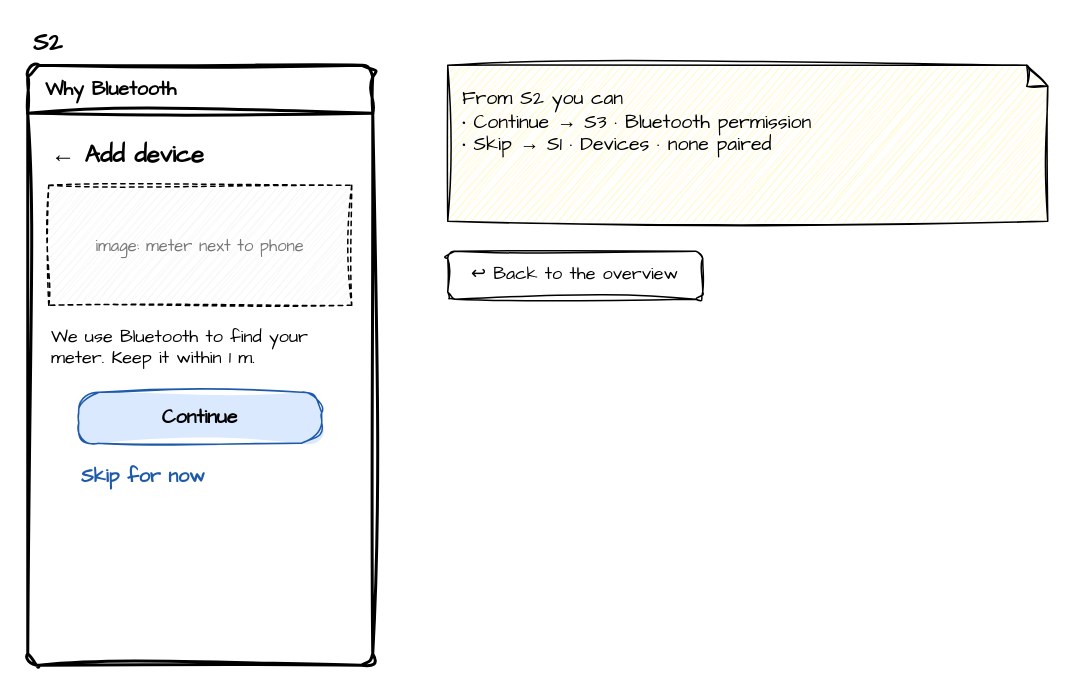
Earlier version of the draw.io diagram page "S2 Add device — Why Bluetooth" (3 of 15) of docs/examples/pair-a-meter/click-through.drawio (AnilDeshpande/codetutor-mobile-prototyper). Source tidied: cells renumbered, new cells numbered last; positions are measured from the earlier drawing's top-left corner, leaving out a move shared by most shapes. Both pictures are drawn from the tidied source at 150%, with x=0, y=0 at pixel (27, 26).
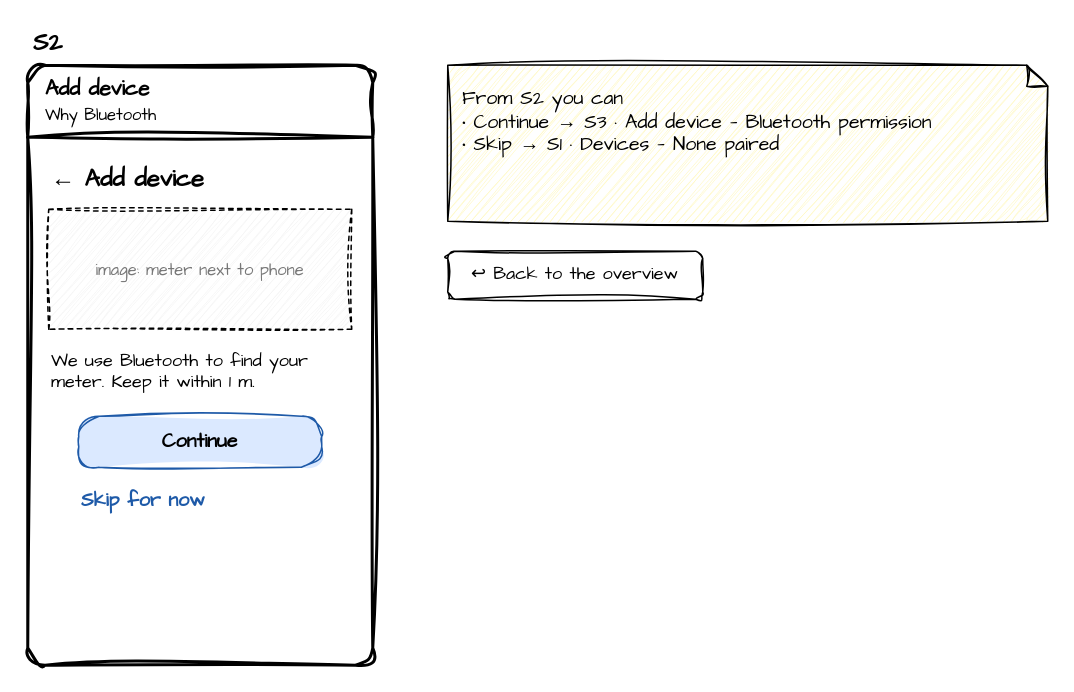
Above is the later version.

What changed in the source:
```diff
@@
 <mxGraphModel>
   <root>
     <mxCell id="0" />
     <mxCell id="1" parent="0" />
-    <mxCell id="2" value="Why Bluetooth" style="sketch=1;curveFitting=1;jiggle=2;hachureGap=4;fontFamily=Architects Daughter;html=1;whiteSpace=wrap;swimlane;startSize=32;rounded=1;arcSize=8;strokeWidth=2;align=left;spacingLeft=10;fontSize=13;fontStyle=1;fillColor=#ffffff;swimlaneFillColor=#ffffff;" parent="1" vertex="1">
+    <mxCell id="2" value="&lt;b&gt;Add device&lt;/b&gt;&lt;br&gt;&lt;span style=&quot;font-size:11px&quot;&gt;Why Bluetooth&lt;/span&gt;" style="sketch=1;curveFitting=1;jiggle=2;hachureGap=4;fontFamily=Architects Daughter;html=1;whiteSpace=wrap;swimlane;startSize=48;rounded=1;arcSize=8;strokeWidth=2;align=left;spacingLeft=10;fontSize=14;fontStyle=0;fillColor=#ffffff;swimlaneFillColor=#ffffff;" parent="1" vertex="1">
       <mxGeometry y="26" width="230" height="400" as="geometry" />
     </mxCell>
     <mxCell id="3" value="&lt;b&gt;S2&lt;/b&gt;" style="sketch=1;curveFitting=1;jiggle=2;hachureGap=4;fontFamily=Architects Daughter;html=1;whiteSpace=wrap;text;align=left;verticalAlign=middle;fontSize=16;strokeColor=none;fillColor=none;" parent="2" vertex="1">
       <mxGeometry x="2" y="-26" width="50" height="22" as="geometry" />
     </mxCell>
     <mxCell id="4" value="←  Add device" style="sketch=1;curveFitting=1;jiggle=2;hachureGap=4;fontFamily=Architects Daughter;html=1;whiteSpace=wrap;text;strokeColor=none;fillColor=none;align=left;fontSize=16;fontStyle=1;" parent="2" vertex="1">
-      <mxGeometry x="14" y="44" width="202" height="28" as="geometry" />
+      <mxGeometry x="14" y="60" width="202" height="28" as="geometry" />
     </mxCell>
     <mxCell id="5" value="image: meter next to phone" style="sketch=1;curveFitting=1;jiggle=2;hachureGap=4;fontFamily=Architects Daughter;html=1;whiteSpace=wrap;shape=mxgraph.basic.rect;rounded=0;fontSize=11;fontColor=#777777;fillColor=#f5f5f5;dashed=1;" parent="2" vertex="1">
-      <mxGeometry x="14" y="80" width="202" height="80" as="geometry" />
+      <mxGeometry x="14" y="96" width="202" height="80" as="geometry" />
     </mxCell>
     <mxCell id="6" value="We use Bluetooth to find your meter. Keep it within 1 m." style="sketch=1;curveFitting=1;jiggle=2;hachureGap=4;fontFamily=Architects Daughter;html=1;whiteSpace=wrap;text;strokeColor=none;fillColor=none;align=left;fontSize=12;" parent="2" vertex="1">
-      <mxGeometry x="14" y="168" width="202" height="42" as="geometry" />
+      <mxGeometry x="14" y="184" width="202" height="42" as="geometry" />
     </mxCell>
     <mxCell id="7" value="Continue" style="sketch=1;curveFitting=1;jiggle=2;hachureGap=4;fontFamily=Architects Daughter;html=1;whiteSpace=wrap;rounded=1;arcSize=40;fontSize=13;fontStyle=1;fillColor=#dbe9ff;fillStyle=solid;strokeColor=#1e5aa8;" parent="2" vertex="1">
-      <mxGeometry x="34" y="218" width="162" height="34" as="geometry" />
+      <mxGeometry x="34" y="234" width="162" height="34" as="geometry" />
     </mxCell>
     <mxCell id="8" value="Skip for now" style="sketch=1;curveFitting=1;jiggle=2;hachureGap=4;fontFamily=Architects Daughter;html=1;whiteSpace=wrap;text;strokeColor=none;fillColor=none;fontSize=13;fontStyle=1;fontColor=#1e5aa8;" parent="2" vertex="1">
-      <mxGeometry x="34" y="260" width="162" height="34" as="geometry" />
+      <mxGeometry x="34" y="276" width="162" height="34" as="geometry" />
     </mxCell>
-    <mxCell id="9" value="From S2 you can&lt;br&gt;• Continue  →  S3 · Bluetooth permission&lt;br&gt;• Skip  →  S1 · Devices · none paired" style="sketch=1;curveFitting=1;jiggle=2;hachureGap=4;fontFamily=Architects Daughter;html=1;whiteSpace=wrap;shape=note;size=14;align=left;verticalAlign=top;spacing=10;fontSize=13;fillColor=#fff8c4;" parent="1" vertex="1">
+    <mxCell id="9" value="From S2 you can&lt;br&gt;• Continue  →  S3 · Add device — Bluetooth permission&lt;br&gt;• Skip  →  S1 · Devices — None paired" style="sketch=1;curveFitting=1;jiggle=2;hachureGap=4;fontFamily=Architects Daughter;html=1;whiteSpace=wrap;shape=note;size=14;align=left;verticalAlign=top;spacing=10;fontSize=13;fillColor=#fff8c4;" parent="1" vertex="1">
       <mxGeometry x="280" y="26" width="400" height="104" as="geometry" />
     </mxCell>
     <mxCell id="10" value="↩ Back to the overview" style="sketch=1;curveFitting=1;jiggle=2;hachureGap=4;fontFamily=Architects Daughter;html=1;whiteSpace=wrap;rounded=1;fontSize=12;fillColor=#ffffff;" parent="1" vertex="1">
       <mxGeometry x="280" y="150" width="170" height="32" as="geometry" />
     </mxCell>
   </root>
 </mxGraphModel>
```
